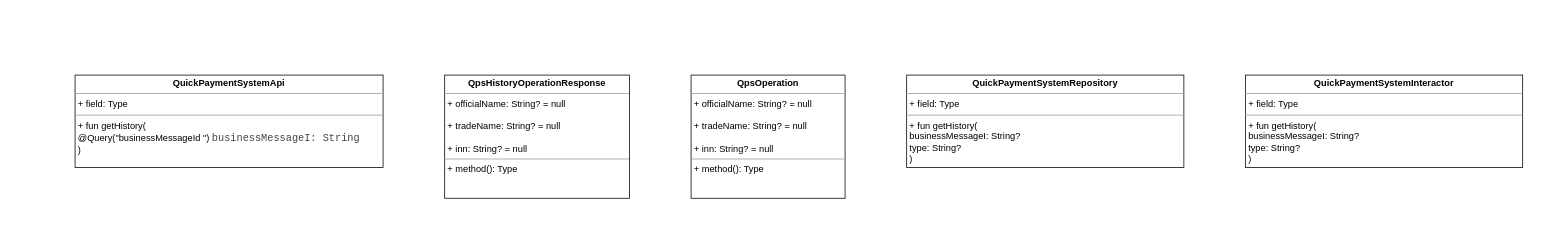
This is UNI-14774.drawio from ShiryaevNikolay/diagrams, a draw.io file, before an edit. Source tidied: cells renumbered, new cells numbered last; positions are measured from the earlier drawing's top-left corner, leaving out a move shared by most shapes. Both pictures are drawn from the tidied source at 77%, with x=0, y=0 at pixel (75, 75).
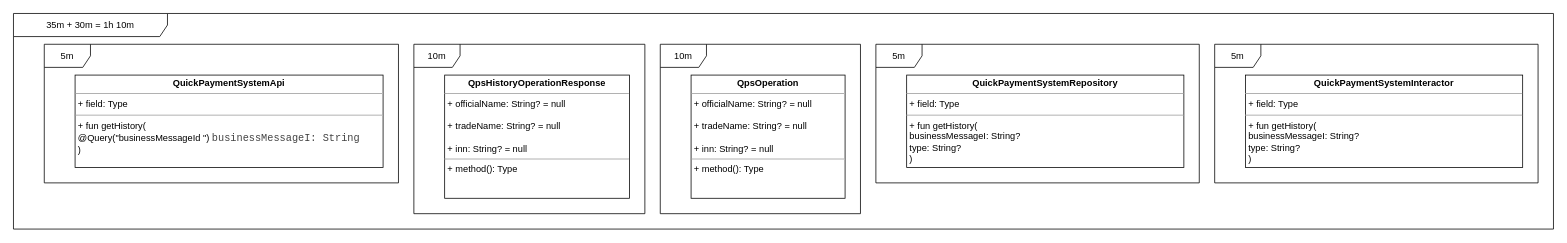
The same diagram, later.

Change to the diagram source:
```diff
@@
 <mxGraphModel>
   <root>
     <mxCell id="0" />
     <mxCell id="1" parent="0" />
     <mxCell id="2" value="&lt;p style=&quot;margin: 0px ; margin-top: 4px ; text-align: center&quot;&gt;&lt;b&gt;QuickPaymentSystemApi&lt;/b&gt;&lt;/p&gt;&lt;hr size=&quot;1&quot;&gt;&lt;p style=&quot;margin: 0px ; margin-left: 4px&quot;&gt;+ field: Type&lt;/p&gt;&lt;hr size=&quot;1&quot;&gt;&lt;p style=&quot;margin: 0px ; margin-left: 4px&quot;&gt;+ fun getHistory(&lt;/p&gt;&lt;p style=&quot;margin: 0px ; margin-left: 4px&quot;&gt;&lt;span&gt; &lt;/span&gt;@Query(&quot;businessMessageId &quot;) &lt;span style=&quot;font-size: 10pt ; font-family: &amp;#34;courier new&amp;#34; ; color: rgb(67 , 67 , 67) ; background-color: transparent ; font-weight: 400 ; font-style: normal ; font-variant: normal ; text-decoration: none ; vertical-align: baseline&quot; id=&quot;docs-internal-guid-493928ac-7fff-fcde-9f78-01a0bb1bc673&quot;&gt;businessMessageI: String&lt;/span&gt;&lt;span style=&quot;font-size: 11pt ; font-family: &amp;#34;pt sans&amp;#34; , sans-serif ; color: rgb(67 , 67 , 67) ; background-color: transparent ; font-weight: 400 ; font-style: normal ; font-variant: normal ; text-decoration: none ; vertical-align: baseline&quot;&gt; &lt;/span&gt;&lt;/p&gt;&lt;p style=&quot;margin: 0px ; margin-left: 4px&quot;&gt;)&lt;/p&gt;" style="verticalAlign=top;align=left;overflow=fill;fontSize=12;fontFamily=Helvetica;html=1;" parent="1" vertex="1">
       <mxGeometry width="400" height="120" as="geometry" />
     </mxCell>
     <mxCell id="3" value="&lt;p style=&quot;margin: 0px ; margin-top: 4px ; text-align: center&quot;&gt;&lt;b&gt;QpsHistoryOperationResponse&lt;/b&gt;&lt;/p&gt;&lt;hr size=&quot;1&quot;&gt;&lt;p style=&quot;margin: 0px ; margin-left: 4px&quot;&gt;+ officialName: String? = null&lt;/p&gt;&lt;p style=&quot;margin: 0px ; margin-left: 4px&quot;&gt;&lt;br&gt;&lt;/p&gt;&lt;p style=&quot;margin: 0px ; margin-left: 4px&quot;&gt;+ tradeName: String? = null&lt;/p&gt;&lt;p style=&quot;margin: 0px ; margin-left: 4px&quot;&gt;&lt;br&gt;&lt;/p&gt;&lt;p style=&quot;margin: 0px ; margin-left: 4px&quot;&gt;+ inn: String? = null&lt;/p&gt;&lt;hr size=&quot;1&quot;&gt;&lt;p style=&quot;margin: 0px ; margin-left: 4px&quot;&gt;+ method(): Type&lt;/p&gt;" style="verticalAlign=top;align=left;overflow=fill;fontSize=12;fontFamily=Helvetica;html=1;" parent="1" vertex="1">
       <mxGeometry x="480" width="240" height="160" as="geometry" />
     </mxCell>
     <mxCell id="4" value="&lt;p style=&quot;margin: 0px ; margin-top: 4px ; text-align: center&quot;&gt;&lt;b&gt;QpsOperation&lt;/b&gt;&lt;/p&gt;&lt;hr size=&quot;1&quot;&gt;&lt;p style=&quot;margin: 0px ; margin-left: 4px&quot;&gt;+ officialName: String? = null&lt;br&gt;&lt;br&gt;+ tradeName: String? = null&lt;br&gt;&lt;br&gt;+ inn: String? = null&lt;/p&gt;&lt;hr size=&quot;1&quot;&gt;&lt;p style=&quot;margin: 0px ; margin-left: 4px&quot;&gt;+ method(): Type&lt;/p&gt;" style="verticalAlign=top;align=left;overflow=fill;fontSize=12;fontFamily=Helvetica;html=1;" parent="1" vertex="1">
       <mxGeometry x="800" width="200" height="160" as="geometry" />
     </mxCell>
     <mxCell id="5" value="&lt;p style=&quot;margin: 0px ; margin-top: 4px ; text-align: center&quot;&gt;&lt;b&gt;QuickPaymentSystemRepository&lt;/b&gt;&lt;/p&gt;&lt;hr size=&quot;1&quot;&gt;&lt;p style=&quot;margin: 0px ; margin-left: 4px&quot;&gt;+ field: Type&lt;/p&gt;&lt;hr size=&quot;1&quot;&gt;&lt;p style=&quot;margin: 0px ; margin-left: 4px&quot;&gt;+ fun getHistory(&lt;/p&gt;&lt;p style=&quot;margin: 0px ; margin-left: 4px&quot;&gt;businessMessageI: String?&lt;/p&gt;&lt;p style=&quot;margin: 0px ; margin-left: 4px&quot;&gt;type: String?&lt;br&gt;&lt;/p&gt;&lt;p style=&quot;margin: 0px ; margin-left: 4px&quot;&gt;)&lt;/p&gt;" style="verticalAlign=top;align=left;overflow=fill;fontSize=12;fontFamily=Helvetica;html=1;" parent="1" vertex="1">
       <mxGeometry x="1080" width="360" height="120" as="geometry" />
     </mxCell>
     <mxCell id="6" value="&lt;p style=&quot;margin: 0px ; margin-top: 4px ; text-align: center&quot;&gt;&lt;b&gt;QuickPaymentSystemInteractor&lt;/b&gt;&lt;/p&gt;&lt;hr size=&quot;1&quot;&gt;&lt;p style=&quot;margin: 0px ; margin-left: 4px&quot;&gt;+ field: Type&lt;/p&gt;&lt;hr size=&quot;1&quot;&gt;&lt;p style=&quot;margin: 0px ; margin-left: 4px&quot;&gt;+ fun getHistory(&lt;/p&gt;&lt;p style=&quot;margin: 0px ; margin-left: 4px&quot;&gt;businessMessageI: String?&lt;br&gt;type: String?&lt;br&gt;&lt;/p&gt;&lt;p style=&quot;margin: 0px ; margin-left: 4px&quot;&gt;)&lt;/p&gt;" style="verticalAlign=top;align=left;overflow=fill;fontSize=12;fontFamily=Helvetica;html=1;" parent="1" vertex="1">
       <mxGeometry x="1520" width="360" height="120" as="geometry" />
     </mxCell>
+    <mxCell id="7" value="5m" style="shape=umlFrame;whiteSpace=wrap;html=1;" parent="1" vertex="1">
+      <mxGeometry x="-40" y="-40" width="460" height="180" as="geometry" />
+    </mxCell>
+    <mxCell id="8" value="10m" style="shape=umlFrame;whiteSpace=wrap;html=1;" parent="1" vertex="1">
+      <mxGeometry x="440" y="-40" width="300" height="220" as="geometry" />
+    </mxCell>
+    <mxCell id="9" value="10m" style="shape=umlFrame;whiteSpace=wrap;html=1;" parent="1" vertex="1">
+      <mxGeometry x="760" y="-40" width="260" height="220" as="geometry" />
+    </mxCell>
+    <mxCell id="10" value="5m" style="shape=umlFrame;whiteSpace=wrap;html=1;" parent="1" vertex="1">
+      <mxGeometry x="1040" y="-40" width="420" height="180" as="geometry" />
+    </mxCell>
+    <mxCell id="11" value="5m" style="shape=umlFrame;whiteSpace=wrap;html=1;" parent="1" vertex="1">
+      <mxGeometry x="1480" y="-40" width="420" height="180" as="geometry" />
+    </mxCell>
+    <mxCell id="12" value="35m + 30m = 1h 10m" style="shape=umlFrame;whiteSpace=wrap;html=1;width=200;height=30;" parent="1" vertex="1">
+      <mxGeometry x="-80" y="-80" width="2000" height="280" as="geometry" />
+    </mxCell>
   </root>
 </mxGraphModel>
```
